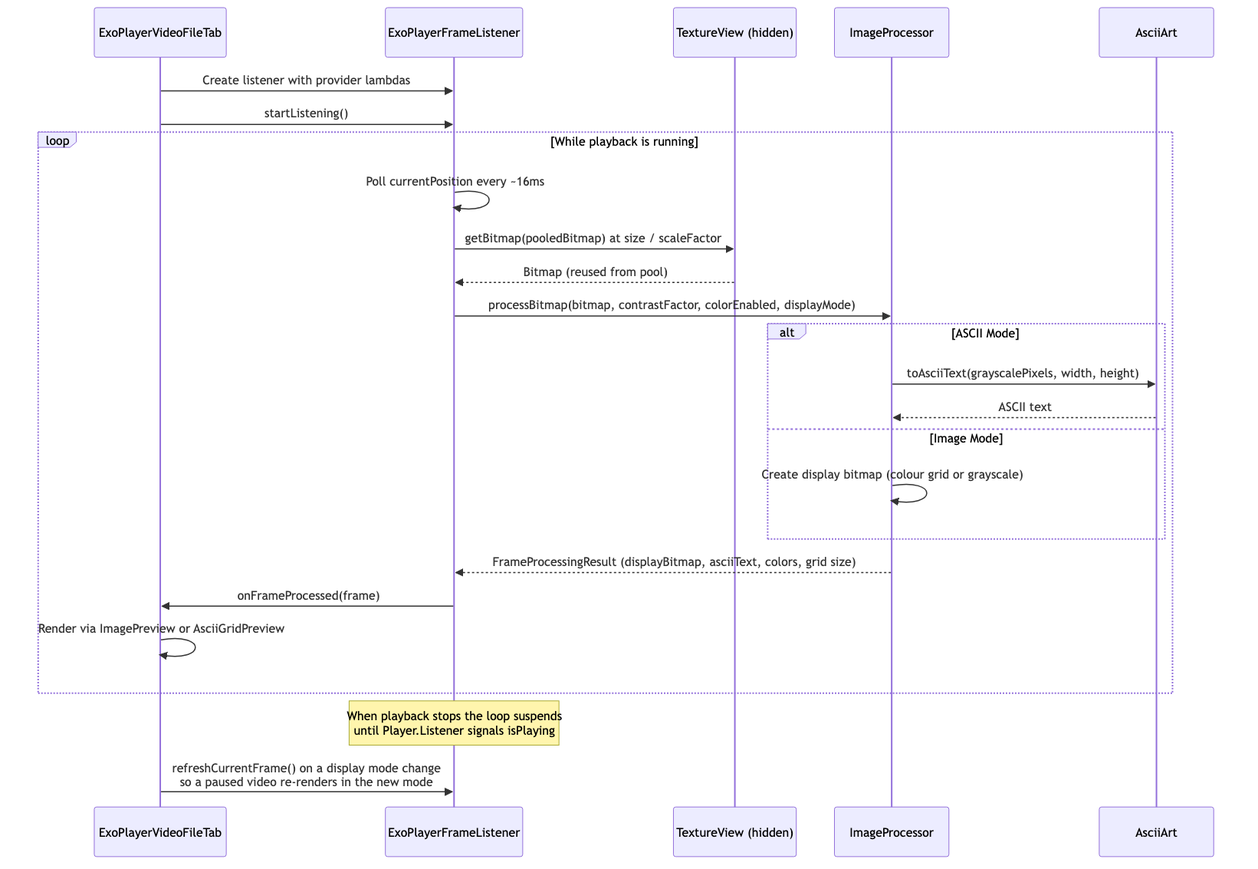
The Mermaid diagram docs/sequence-video-file.png in replicant1/AsciiArt, before a commit. Its source is kept beside it as docs/sequence-video-file.mmd.
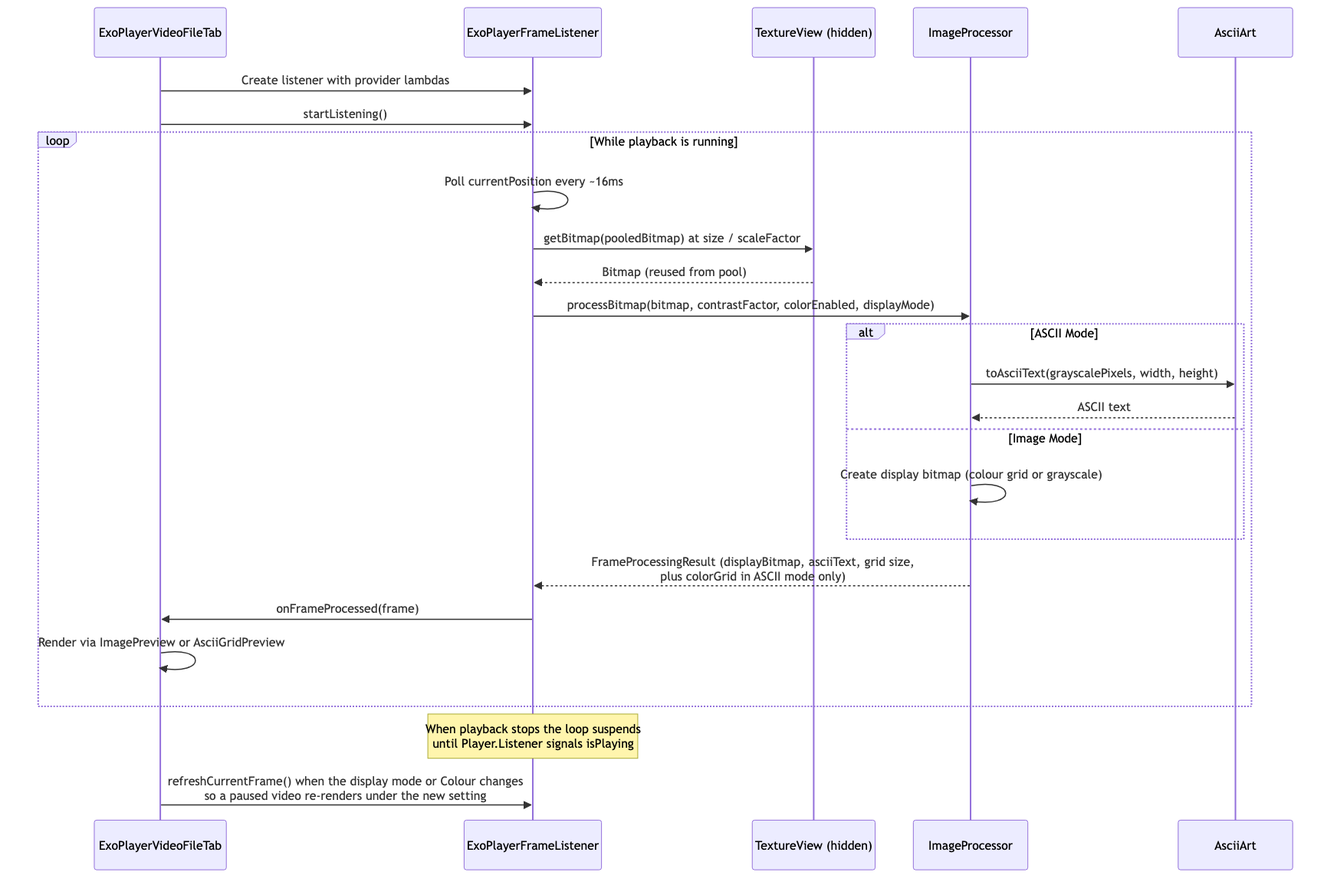
The same file after the commit.

Commit message:
Correct three claims the sequence diagrams got wrong

Change to the diagram source:
```diff
@@ -18,9 +18,9 @@
         else Image Mode
             IP->>IP: Create display bitmap (colour grid or grayscale)
         end
-        IP-->>EFL: FrameProcessingResult (displayBitmap, asciiText, colors, grid size)
+        IP-->>EFL: FrameProcessingResult (displayBitmap, asciiText, grid size,<br/>plus colorGrid in ASCII mode only)
         EFL->>UI: onFrameProcessed(frame)
         UI->>UI: Render via ImagePreview or AsciiGridPreview
     end
     Note over EFL: When playback stops the loop suspends<br/>until Player.Listener signals isPlaying
-    UI->>EFL: refreshCurrentFrame() on a display mode change<br/>so a paused video re-renders in the new mode
+    UI->>EFL: refreshCurrentFrame() when the display mode or Colour changes<br/>so a paused video re-renders under the new setting
```
